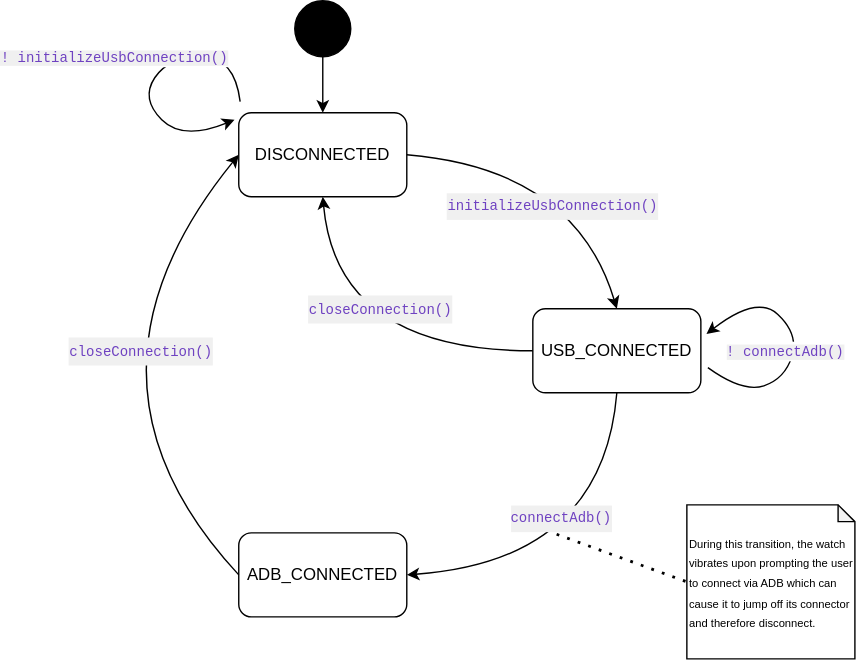
Earlier version of the draw.io export docs/web-app/connection-manager-states.drawio.svg (Ryangwaite/ticwatch-bloat-disabler). Source tidied: cells renumbered, new cells last; positions are measured from the earlier drawing's top-left corner, leaving out a move shared by most shapes.
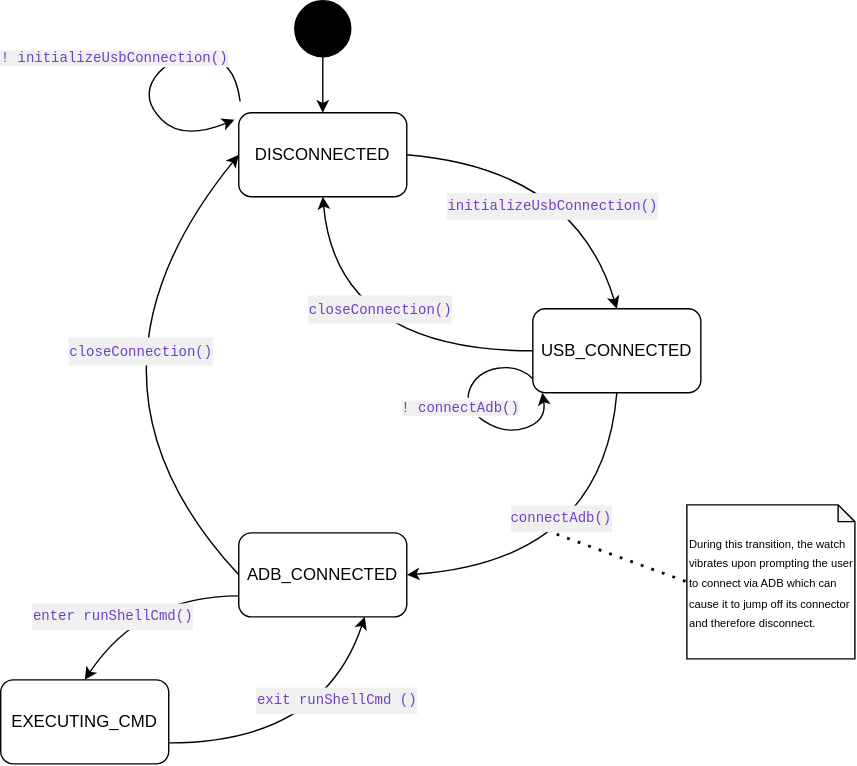
After the commit.

Commit message:
Added an EXECUTING_CMD state to the ConnectionManager to protect against concurrent execution of shell operations on the watch. Also added this state in the state machine diagram.

What changed in the source:
```diff
@@ -71,15 +71,14 @@
         <mxPoint x="-33.4" y="-9.9" as="offset" />
       </mxGeometry>
     </mxCell>
-    <mxCell id="16" style="curved=1;endArrow=classic;html=1;" parent="1" edge="1">
+    <mxCell id="16" style="curved=1;endArrow=classic;html=1;exitX=0;exitY=0.833;exitDx=0;exitDy=0;entryX=0.056;entryY=0.998;entryDx=0;entryDy=0;exitPerimeter=0;entryPerimeter=0;" parent="1" edge="1" source="5" target="5">
       <mxGeometry relative="1" as="geometry">
-        <mxPoint x="465" y="262" as="sourcePoint" />
-        <mxPoint x="464" y="238" as="targetPoint" />
         <Array as="points">
-          <mxPoint x="490" y="280" />
-          <mxPoint x="520" y="270" />
-          <mxPoint x="530" y="238" />
-          <mxPoint x="500" y="210" />
+          <mxPoint x="330" y="260" />
+          <mxPoint x="300" y="265" />
+          <mxPoint x="290" y="290" />
+          <mxPoint x="320" y="310" />
+          <mxPoint x="350" y="300" />
         </Array>
       </mxGeometry>
     </mxCell>
@@ -88,7 +87,7 @@
     </mxCell>
     <mxCell id="18" value="&lt;span style=&quot;color: rgb(111 , 66 , 193) ; font-family: &amp;#34;droid sans mono&amp;#34; , monospace , monospace , &amp;#34;droid sans fallback&amp;#34; ; font-size: 10px ; background-color: rgb(240 , 240 , 240)&quot;&gt;! connectAdb()&lt;/span&gt;" style="edgeLabel;html=1;align=center;verticalAlign=middle;" parent="16" vertex="1">
       <mxGeometry x="0.24" relative="1" as="geometry">
-        <mxPoint x="2.5" y="23.7" as="offset" />
+        <mxPoint x="-25.8" y="-15.8" as="offset" />
       </mxGeometry>
     </mxCell>
     <mxCell id="19" style="curved=1;endArrow=classic;html=1;entryX=0.5;entryY=1;entryDx=0;entryDy=0;exitX=0;exitY=0.5;exitDx=0;exitDy=0;" parent="1" edge="1" source="5" target="2">
@@ -111,5 +110,32 @@
         <mxPoint x="357" y="381" as="sourcePoint" />
       </mxGeometry>
     </mxCell>
+    <mxCell id="23" value="EXECUTING_CMD" style="rounded=1;whiteSpace=wrap;html=1;" parent="1" vertex="1">
+      <mxGeometry x="-40" y="485" width="120" height="60" as="geometry" />
+    </mxCell>
+    <mxCell id="24" style="curved=1;endArrow=classic;html=1;exitX=0;exitY=0.75;exitDx=0;exitDy=0;entryX=0.5;entryY=0;entryDx=0;entryDy=0;" parent="1" edge="1" source="6" target="23">
+      <mxGeometry relative="1" as="geometry">
+        <Array as="points">
+          <mxPoint x="60" y="425" />
+        </Array>
+      </mxGeometry>
+    </mxCell>
+    <mxCell id="25" value="&lt;div style=&quot;background-color: rgb(240 , 240 , 240) ; font-family: &amp;#34;droid sans mono&amp;#34; , monospace , monospace , &amp;#34;droid sans fallback&amp;#34; ; line-height: 19px ; font-size: 10px&quot;&gt;&lt;span style=&quot;color: rgb(111 , 66 , 193)&quot;&gt;&lt;font style=&quot;font-size: 10px&quot;&gt;enter&amp;nbsp;&lt;/font&gt;&lt;/span&gt;&lt;span style=&quot;color: rgb(111 , 66 , 193) ; font-family: &amp;#34;droid sans mono&amp;#34; , monospace , monospace , &amp;#34;droid sans fallback&amp;#34;&quot;&gt;runShellCmd()&lt;/span&gt;&lt;span style=&quot;font-size: 10px ; color: rgb(111 , 66 , 193)&quot;&gt;&amp;nbsp;&lt;/span&gt;&lt;/div&gt;" style="edgeLabel;html=1;align=center;verticalAlign=middle;" parent="24" vertex="1">
+      <mxGeometry x="-0.05" y="-28" relative="1" as="geometry">
+        <mxPoint x="-22.5" y="43" as="offset" />
+      </mxGeometry>
+    </mxCell>
+    <mxCell id="26" style="curved=1;endArrow=classic;html=1;exitX=1;exitY=0.75;exitDx=0;exitDy=0;entryX=0.75;entryY=1;entryDx=0;entryDy=0;" parent="1" edge="1" source="23" target="6">
+      <mxGeometry relative="1" as="geometry">
+        <Array as="points">
+          <mxPoint x="190" y="530" />
+        </Array>
+      </mxGeometry>
+    </mxCell>
+    <mxCell id="27" value="&lt;div style=&quot;background-color: rgb(240 , 240 , 240) ; font-family: &amp;#34;droid sans mono&amp;#34; , monospace , monospace , &amp;#34;droid sans fallback&amp;#34; ; line-height: 19px ; font-size: 10px&quot;&gt;&lt;span style=&quot;color: rgb(111 , 66 , 193)&quot;&gt;&lt;font style=&quot;font-size: 10px&quot;&gt;exit&amp;nbsp;&lt;/font&gt;&lt;/span&gt;&lt;span style=&quot;color: rgb(111 , 66 , 193) ; font-family: &amp;#34;droid sans mono&amp;#34; , monospace , monospace , &amp;#34;droid sans fallback&amp;#34;&quot;&gt;runShellCmd&lt;/span&gt;&lt;span style=&quot;color: rgb(111 , 66 , 193) ; font-family: &amp;#34;droid sans mono&amp;#34; , monospace , monospace , &amp;#34;droid sans fallback&amp;#34; ; font-size: 10px&quot;&gt;()&lt;/span&gt;&lt;/div&gt;" style="edgeLabel;html=1;align=center;verticalAlign=middle;" parent="26" vertex="1">
+      <mxGeometry x="-0.05" y="-28" relative="1" as="geometry">
+        <mxPoint x="22.4" y="-58" as="offset" />
+      </mxGeometry>
+    </mxCell>
   </root>
 </mxGraphModel>
```
